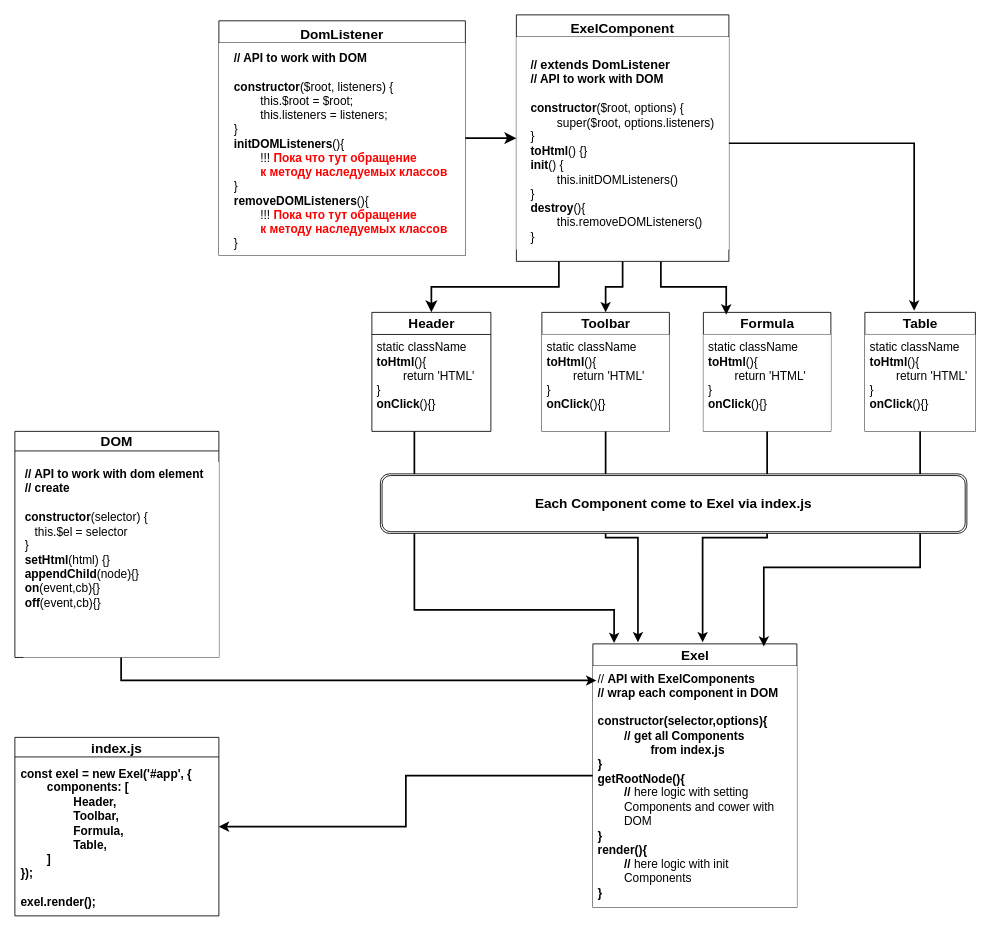
The draw.io diagram Exel architec.drawio in BilionIevgeniy/exel-native, before the edit. Source tidied: cells renumbered, new cells numbered last; positions are measured from the earlier drawing's top-left corner, leaving out a move shared by most shapes. Both pictures are drawn from the tidied source at 85%, with x=0, y=0 at pixel (14, 14).
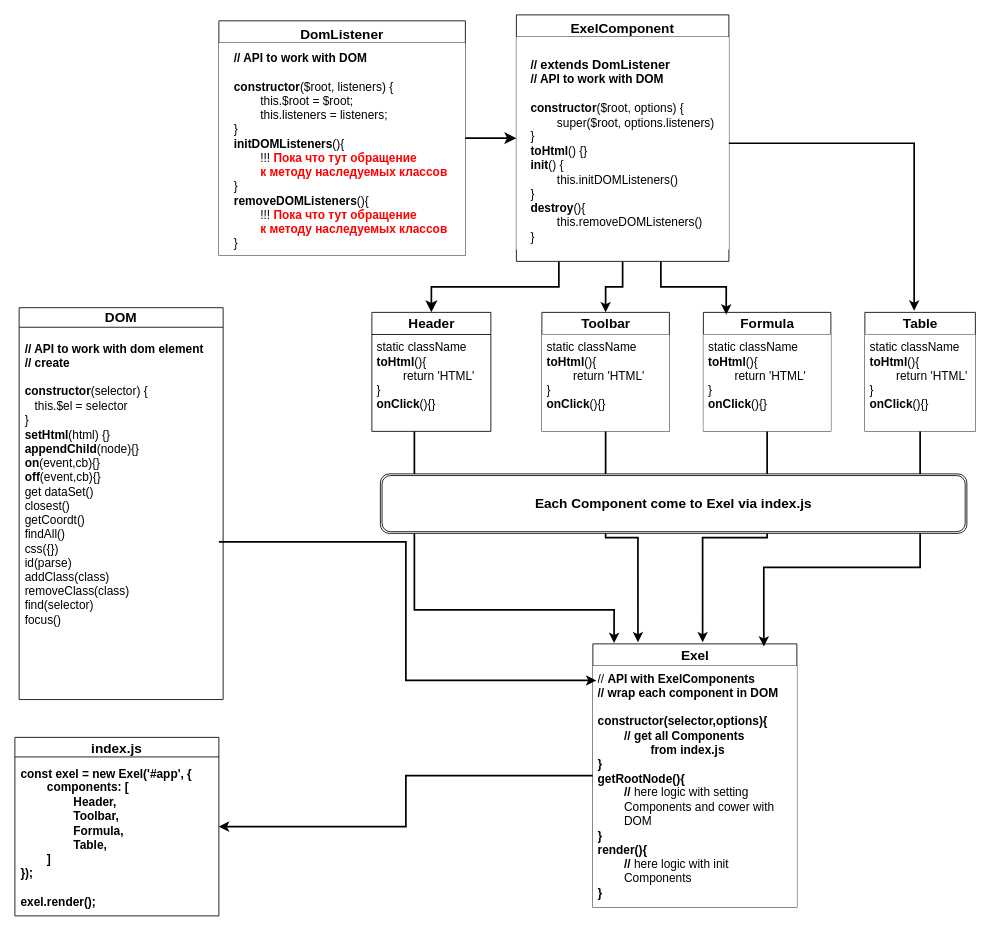
The same page after the edit.

Unchanged cells that the change refers to:
```xml
<mxCell id="11" value="&lt;font style=&quot;font-size: 14px;&quot;&gt;// &lt;b&gt;API with ExelComponents&lt;/b&gt;&lt;/font&gt;&lt;div&gt;&lt;font style=&quot;font-size: 14px;&quot;&gt;&lt;b&gt;// wrap each component in DOM&lt;/b&gt;&lt;/font&gt;&lt;/div&gt;&lt;div&gt;&lt;font style=&quot;font-size: 14px;&quot;&gt;&lt;b&gt;&lt;br&gt;&lt;/b&gt;&lt;/font&gt;&lt;/div&gt;&lt;div&gt;&lt;font style=&quot;font-size: 14px;&quot;&gt;&lt;b&gt;constructor(selector,options){&lt;/b&gt;&lt;/font&gt;&lt;/div&gt;&lt;div&gt;&lt;font style=&quot;font-size: 14px;&quot;&gt;&lt;b&gt;&lt;span style=&quot;white-space: pre;&quot;&gt;&#9;&lt;/span&gt;// get all Components &lt;span style=&quot;white-space: pre;&quot;&gt;&#9;&lt;/span&gt;&lt;span style=&quot;white-space: pre;&quot;&gt;&#9;&lt;/span&gt;from&amp;nbsp;index.js&lt;br&gt;&lt;/b&gt;&lt;/font&gt;&lt;/div&gt;&lt;div&gt;&lt;font style=&quot;font-size: 14px;&quot;&gt;&lt;b&gt;}&lt;/b&gt;&lt;/font&gt;&lt;/div&gt;&lt;div&gt;&lt;font style=&quot;font-size: 14px;&quot;&gt;&lt;b&gt;getRootNode(){&lt;/b&gt;&lt;/font&gt;&lt;/div&gt;&lt;div&gt;&lt;font style=&quot;font-size: 14px;&quot;&gt;&lt;b&gt;&lt;span style=&quot;white-space: pre;&quot;&gt;&#9;&lt;/span&gt;// &lt;/b&gt;here logic with setting &lt;span style=&quot;white-space: pre;&quot;&gt;&#9;&lt;/span&gt;Components and cower with &lt;span style=&quot;white-space: pre;&quot;&gt;&#9;&lt;/span&gt;DOM&lt;br&gt;&lt;/font&gt;&lt;/div&gt;&lt;div&gt;&lt;font style=&quot;font-size: 14px;&quot;&gt;&lt;b&gt;}&lt;/b&gt;&lt;/font&gt;&lt;/div&gt;&lt;div&gt;&lt;font style=&quot;font-size: 14px;&quot;&gt;&lt;b&gt;render(){&lt;/b&gt;&lt;/font&gt;&lt;/div&gt;&lt;div&gt;&lt;font style=&quot;font-size: 14px;&quot;&gt;&lt;b&gt;&lt;span style=&quot;white-space: pre;&quot;&gt;&#9;&lt;/span&gt;// &lt;/b&gt;here logic with init &lt;span style=&quot;white-space: pre;&quot;&gt;&#9;&lt;/span&gt;Components&lt;br&gt;&lt;/font&gt;&lt;/div&gt;&lt;div&gt;&lt;font style=&quot;font-size: 14px;&quot;&gt;&lt;b&gt;}&lt;/b&gt;&lt;/font&gt;&lt;/div&gt;" style="text;strokeColor=none;fillColor=default;align=left;verticalAlign=top;spacingLeft=4;spacingRight=4;overflow=hidden;points=[[0,0.5],[1,0.5]];portConstraint=eastwest;whiteSpace=wrap;html=1;" parent="10" vertex="1">
  <mxGeometry y="26" width="240" height="284" as="geometry" />
</mxCell>
```

The edit, as a diff of the source:
```diff
@@
     <mxCell id="6" value="&lt;font style=&quot;font-size: 16px;&quot;&gt;DOM&lt;/font&gt;" style="swimlane;whiteSpace=wrap;html=1;gradientColor=none;" parent="1" vertex="1">
-      <mxGeometry y="490" width="240" height="266" as="geometry" />
+      <mxGeometry x="5" y="344.5" width="240" height="461" as="geometry" />
     </mxCell>
-    <mxCell id="7" value="&lt;div&gt;&lt;b&gt;// API to work with dom element&lt;/b&gt;&lt;/div&gt;&lt;div&gt;&lt;b&gt;// create&amp;nbsp;&lt;/b&gt;&lt;/div&gt;&lt;div&gt;&lt;b&gt;&lt;br&gt;&lt;/b&gt;&lt;/div&gt;&lt;b&gt;constructor&lt;/b&gt;(selector) {&lt;div&gt;&amp;nbsp; &amp;nbsp;this.$el = selector&lt;/div&gt;&lt;div&gt;&lt;span style=&quot;background-color: transparent; color: light-dark(rgb(0, 0, 0), rgb(255, 255, 255));&quot;&gt;}&lt;/span&gt;&lt;/div&gt;&lt;div&gt;&lt;span style=&quot;background-color: transparent; color: light-dark(rgb(0, 0, 0), rgb(255, 255, 255));&quot;&gt;&lt;b&gt;setHtml&lt;/b&gt;(html) {&lt;/span&gt;&lt;span style=&quot;background-color: transparent; color: light-dark(rgb(0, 0, 0), rgb(255, 255, 255));&quot;&gt;}&lt;/span&gt;&lt;/div&gt;&lt;div&gt;&lt;span style=&quot;background-color: transparent; color: light-dark(rgb(0, 0, 0), rgb(255, 255, 255));&quot;&gt;&lt;b&gt;appendChild&lt;/b&gt;(node){}&lt;/span&gt;&lt;/div&gt;&lt;div&gt;&lt;span style=&quot;background-color: transparent; color: light-dark(rgb(0, 0, 0), rgb(255, 255, 255));&quot;&gt;&lt;b&gt;on&lt;/b&gt;(event,cb){}&lt;/span&gt;&lt;/div&gt;&lt;div&gt;&lt;span style=&quot;background-color: transparent; color: light-dark(rgb(0, 0, 0), rgb(255, 255, 255));&quot;&gt;&lt;b&gt;off&lt;/b&gt;(event,cb){}&lt;/span&gt;&lt;/div&gt;&lt;div&gt;&lt;span style=&quot;background-color: transparent; color: light-dark(rgb(0, 0, 0), rgb(255, 255, 255));&quot;&gt;&lt;br&gt;&lt;/span&gt;&lt;/div&gt;&lt;div&gt;&lt;br&gt;&lt;/div&gt;&lt;div&gt;&lt;br&gt;&lt;/div&gt;" style="text;html=1;align=left;verticalAlign=middle;points=[];strokeColor=none;fillColor=default;fontSize=14;" parent="6" vertex="1">
-      <mxGeometry x="10" y="36" width="230" height="230" as="geometry" />
+    <mxCell id="7" value="&lt;div&gt;&lt;b&gt;// API to work with dom element&lt;/b&gt;&lt;/div&gt;&lt;div&gt;&lt;b&gt;// create&amp;nbsp;&lt;/b&gt;&lt;/div&gt;&lt;div&gt;&lt;b&gt;&lt;br&gt;&lt;/b&gt;&lt;/div&gt;&lt;b&gt;constructor&lt;/b&gt;(selector) {&lt;div&gt;&amp;nbsp; &amp;nbsp;this.$el = selector&lt;/div&gt;&lt;div&gt;&lt;span style=&quot;background-color: transparent; color: light-dark(rgb(0, 0, 0), rgb(255, 255, 255));&quot;&gt;}&lt;/span&gt;&lt;/div&gt;&lt;div&gt;&lt;span style=&quot;background-color: transparent; color: light-dark(rgb(0, 0, 0), rgb(255, 255, 255));&quot;&gt;&lt;b&gt;setHtml&lt;/b&gt;(html) {&lt;/span&gt;&lt;span style=&quot;background-color: transparent; color: light-dark(rgb(0, 0, 0), rgb(255, 255, 255));&quot;&gt;}&lt;/span&gt;&lt;/div&gt;&lt;div&gt;&lt;span style=&quot;background-color: transparent; color: light-dark(rgb(0, 0, 0), rgb(255, 255, 255));&quot;&gt;&lt;b&gt;appendChild&lt;/b&gt;(node){}&lt;/span&gt;&lt;/div&gt;&lt;div&gt;&lt;span style=&quot;background-color: transparent; color: light-dark(rgb(0, 0, 0), rgb(255, 255, 255));&quot;&gt;&lt;b&gt;on&lt;/b&gt;(event,cb){}&lt;/span&gt;&lt;/div&gt;&lt;div&gt;&lt;span style=&quot;background-color: transparent; color: light-dark(rgb(0, 0, 0), rgb(255, 255, 255));&quot;&gt;&lt;b&gt;off&lt;/b&gt;(event,cb){}&lt;/span&gt;&lt;/div&gt;&lt;div&gt;&lt;span style=&quot;background-color: transparent; color: light-dark(rgb(0, 0, 0), rgb(255, 255, 255));&quot;&gt;get dataSet()&lt;/span&gt;&lt;/div&gt;&lt;div&gt;&lt;span style=&quot;background-color: transparent; color: light-dark(rgb(0, 0, 0), rgb(255, 255, 255));&quot;&gt;closest()&lt;/span&gt;&lt;/div&gt;&lt;div&gt;&lt;span style=&quot;background-color: transparent; color: light-dark(rgb(0, 0, 0), rgb(255, 255, 255));&quot;&gt;getCoordt()&lt;/span&gt;&lt;/div&gt;&lt;div&gt;&lt;span style=&quot;background-color: transparent; color: light-dark(rgb(0, 0, 0), rgb(255, 255, 255));&quot;&gt;findAll()&lt;/span&gt;&lt;/div&gt;&lt;div&gt;&lt;span style=&quot;background-color: transparent; color: light-dark(rgb(0, 0, 0), rgb(255, 255, 255));&quot;&gt;css({})&lt;/span&gt;&lt;/div&gt;&lt;div&gt;&lt;span style=&quot;background-color: transparent; color: light-dark(rgb(0, 0, 0), rgb(255, 255, 255));&quot;&gt;id(parse)&lt;/span&gt;&lt;/div&gt;&lt;div&gt;&lt;span style=&quot;background-color: transparent; color: light-dark(rgb(0, 0, 0), rgb(255, 255, 255));&quot;&gt;addClass(class)&lt;/span&gt;&lt;/div&gt;&lt;div&gt;&lt;span style=&quot;background-color: transparent; color: light-dark(rgb(0, 0, 0), rgb(255, 255, 255));&quot;&gt;removeClass(class)&lt;/span&gt;&lt;/div&gt;&lt;div&gt;&lt;span style=&quot;background-color: transparent; color: light-dark(rgb(0, 0, 0), rgb(255, 255, 255));&quot;&gt;find(selector)&lt;/span&gt;&lt;/div&gt;&lt;div&gt;&lt;span style=&quot;background-color: transparent; color: light-dark(rgb(0, 0, 0), rgb(255, 255, 255));&quot;&gt;focus()&lt;/span&gt;&lt;/div&gt;&lt;div&gt;&lt;span style=&quot;background-color: transparent; color: light-dark(rgb(0, 0, 0), rgb(255, 255, 255));&quot;&gt;&lt;br&gt;&lt;/span&gt;&lt;/div&gt;&lt;div&gt;&lt;span style=&quot;background-color: transparent; color: light-dark(rgb(0, 0, 0), rgb(255, 255, 255));&quot;&gt;&lt;br&gt;&lt;/span&gt;&lt;/div&gt;&lt;div&gt;&lt;br&gt;&lt;/div&gt;&lt;div&gt;&lt;br&gt;&lt;/div&gt;" style="text;html=1;align=left;verticalAlign=middle;points=[];strokeColor=none;fillColor=default;fontSize=14;" parent="6" vertex="1">
+      <mxGeometry x="5" y="31.5" width="230" height="420" as="geometry" />
     </mxCell>
@@
     <mxCell id="26" style="edgeStyle=orthogonalEdgeStyle;rounded=0;jettySize=auto;html=1;entryX=0.017;entryY=0.06;entryDx=0;entryDy=0;entryPerimeter=0;strokeWidth=2;" parent="1" edge="1" source="7" target="11">
-      <mxGeometry relative="1" as="geometry" />
+      <mxGeometry relative="1" as="geometry">
+        <Array as="points">
+          <mxPoint x="460" y="620" />
+          <mxPoint x="460" y="783" />
+        </Array>
+      </mxGeometry>
     </mxCell>
```
